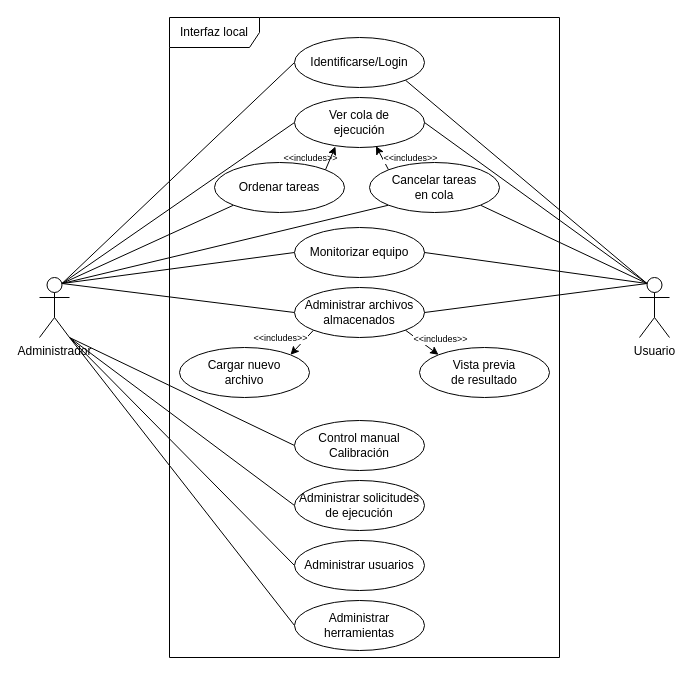
This is docs/design/use-cases/local-interface-use-cases.drawio from Leandro-Bertoluzzi/remote-cnc, a draw.io file, before an edit. Source tidied: cells renumbered, new cells numbered last; positions are measured from the earlier drawing's top-left corner, leaving out a move shared by most shapes. Both pictures are drawn from the tidied source at 100%, with x=0, y=0 at pixel (39, 17).
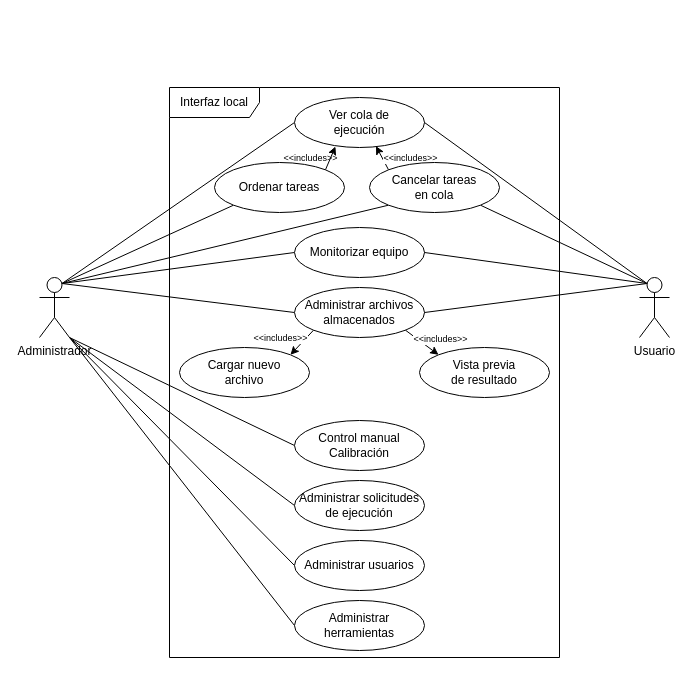
The same diagram, later.

Unchanged cells that the change refers to:
```xml
<mxCell id="13" value="Administrador" style="shape=umlActor;verticalLabelPosition=bottom;verticalAlign=top;html=1;" parent="1" vertex="1">
  <mxGeometry y="260" width="30" height="60" as="geometry" />
</mxCell>
<mxCell id="33" value="Usuario" style="shape=umlActor;verticalLabelPosition=bottom;verticalAlign=top;html=1;" parent="1" vertex="1">
  <mxGeometry x="600" y="260" width="30" height="60" as="geometry" />
</mxCell>
```

The edit, as a diff of the source:
```diff
@@
-    <mxCell id="3" style="rounded=0;jettySize=auto;html=1;exitX=0.75;exitY=0.1;exitDx=0;exitDy=0;exitPerimeter=0;entryX=0;entryY=0.5;entryDx=0;entryDy=0;endArrow=none;endFill=0;" parent="1" edge="1" source="13" target="15">
-      <mxGeometry relative="1" as="geometry" />
-    </mxCell>
@@
     <mxCell id="14" value="Interfaz local" style="shape=umlFrame;whiteSpace=wrap;html=1;width=90;height=30;" parent="1" vertex="1">
-      <mxGeometry x="130" width="390" height="640" as="geometry" />
+      <mxGeometry x="130" y="70" width="390" height="570" as="geometry" />
     </mxCell>
-    <mxCell id="15" value="Identificarse/Login" style="ellipse;whiteSpace=wrap;html=1;" parent="1" vertex="1">
-      <mxGeometry x="255" y="20" width="130" height="50" as="geometry" />
-    </mxCell>
@@
-    <mxCell id="31" style="edgeStyle=none;html=1;exitX=0.25;exitY=0.1;exitDx=0;exitDy=0;exitPerimeter=0;entryX=1;entryY=1;entryDx=0;entryDy=0;endArrow=none;endFill=0;" parent="1" edge="1" source="33" target="15">
-      <mxGeometry relative="1" as="geometry" />
-    </mxCell>
```
